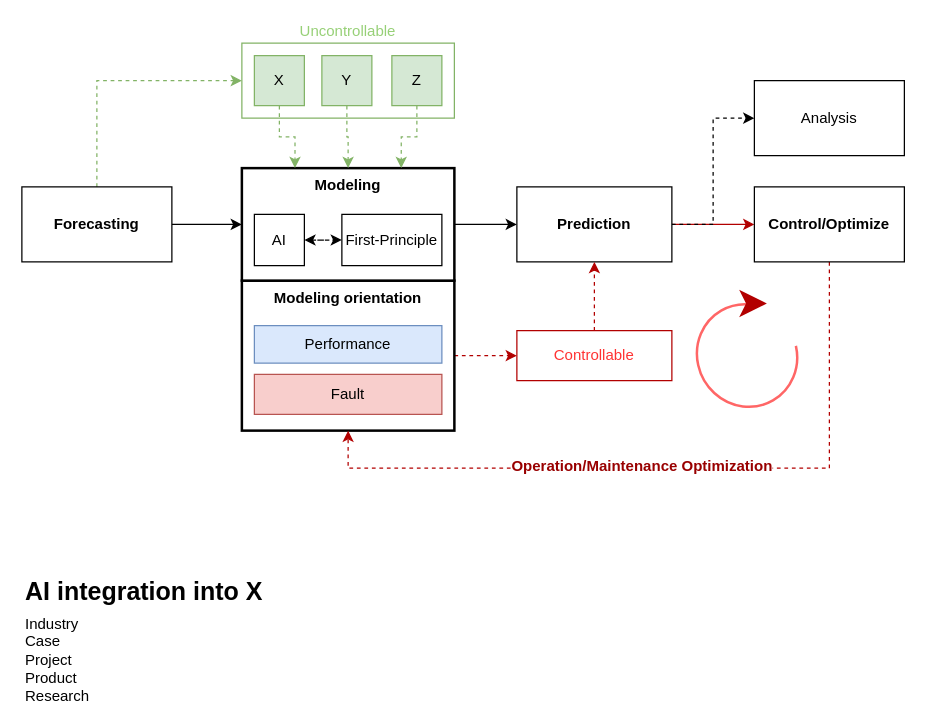
Earlier version of the draw.io diagram page "AIX" (1 of 9) of digitaltwin.drawio (zhangjinyiyi/SmallTest). Source tidied: cells renumbered, new cells numbered last; positions are measured from the earlier drawing's top-left corner, leaving out a move shared by most shapes. Both pictures are drawn from the tidied source at 125%, with x=0, y=0 at pixel (21, 42).
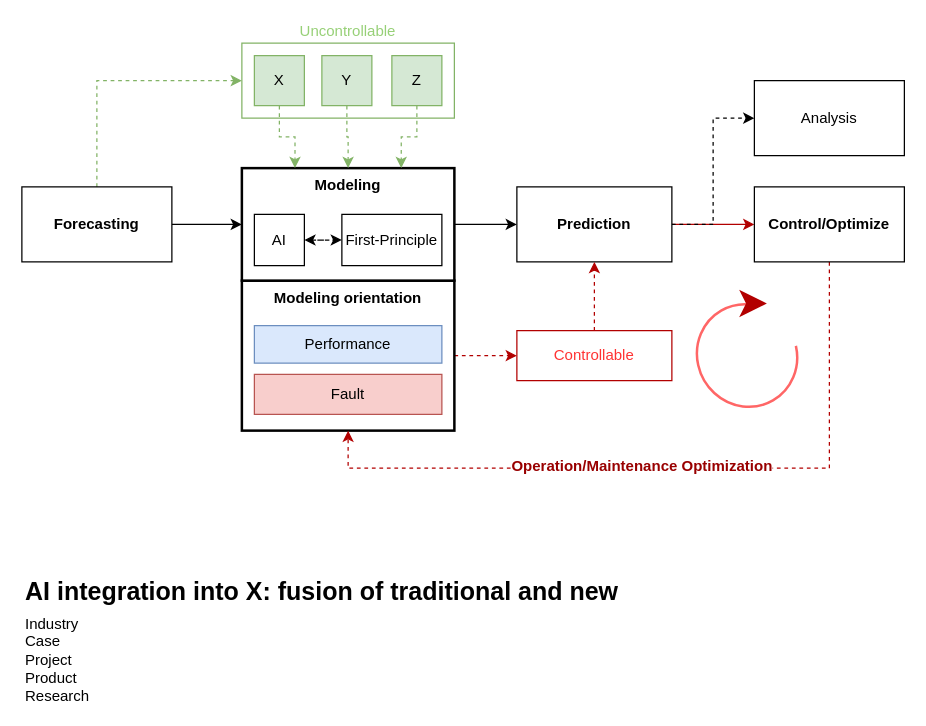
Above is the later version.

The edit, as a diff of the source:
```diff
@@
-    <mxCell id="33" value="AI integration into X&lt;br&gt;" style="text;html=1;strokeColor=none;fillColor=none;align=left;verticalAlign=top;whiteSpace=wrap;rounded=0;fontStyle=1;fontSize=20;" parent="1" vertex="1">
-      <mxGeometry x="1" y="420" width="276" height="30" as="geometry" />
+    <mxCell id="33" value="AI integration into X: fusion of traditional and new" style="text;html=1;strokeColor=none;fillColor=none;align=left;verticalAlign=top;whiteSpace=wrap;rounded=0;fontStyle=1;fontSize=20;" parent="1" vertex="1">
+      <mxGeometry x="1" y="420" width="535" height="30" as="geometry" />
     </mxCell>
```
